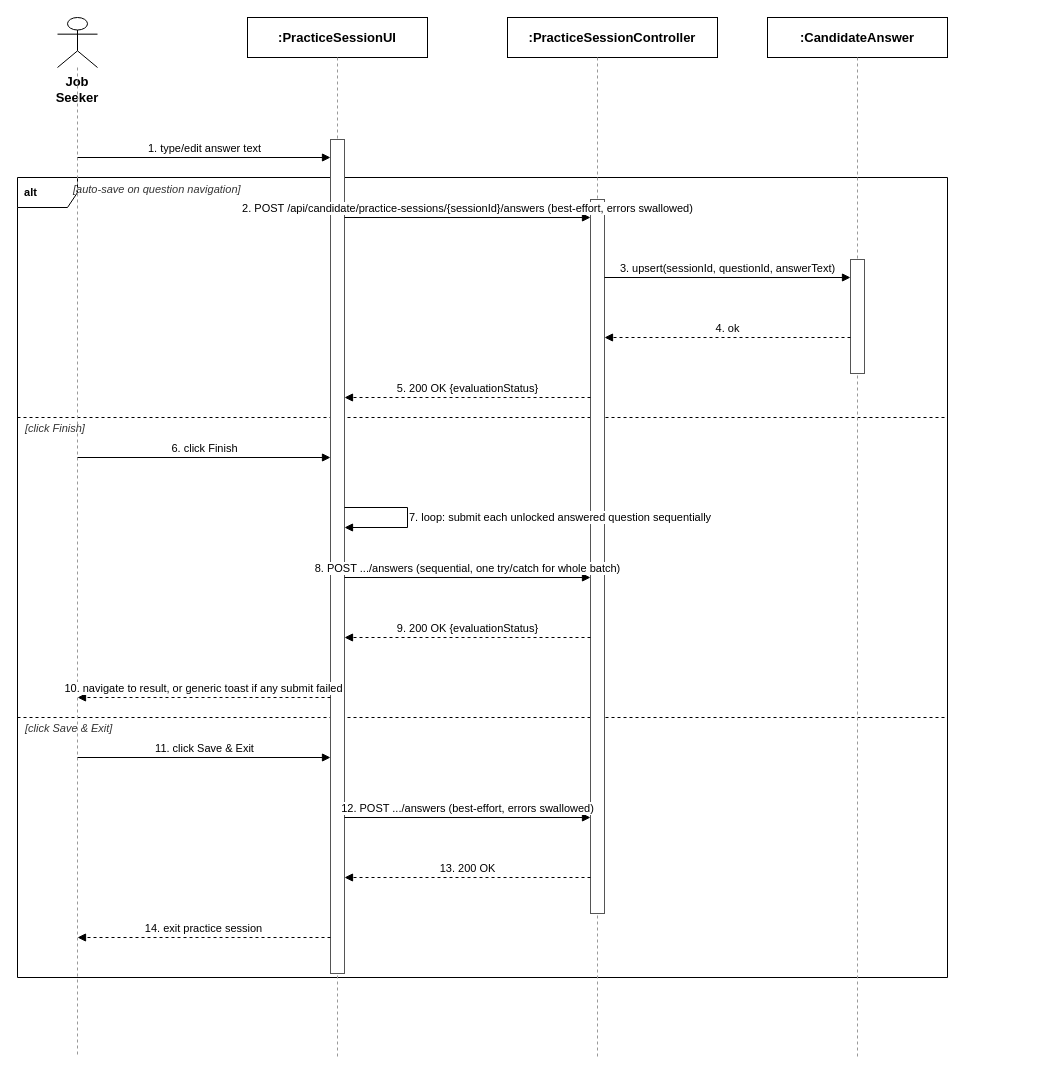
Earlier version of the draw.io diagram docs/qa/sequence-diagrams/Report4_SequenceDiagram_JobSeeker_AuditLogAndErrorHandling.drawio (tulklk/AI_Interview_Question_Generation_RAG_LLM_FE). Source tidied: cells renumbered, new cells numbered last; positions are measured from the earlier drawing's top-left corner, leaving out a move shared by most shapes. Both pictures are drawn from the tidied source at 100%, with x=0, y=0 at pixel (17, 17).
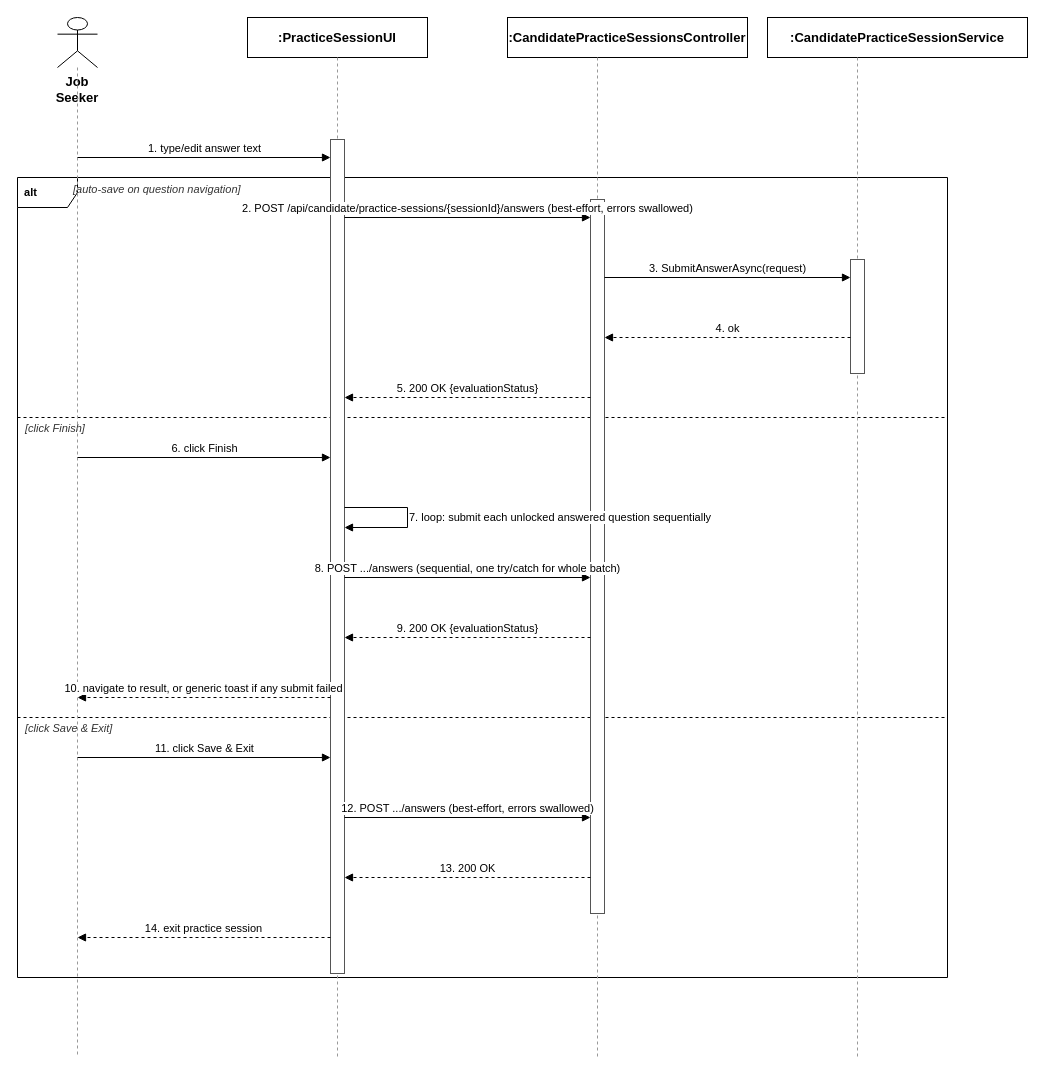
The same diagram, later.

Commit message (it also covers changes not shown here):
docs(qa): correct legacy 9 sequence diagrams against real BE, flag 2 fictional notification flows

The edit, as a diff of the source:
```diff
@@
-    <mxCell id="12" value=":PracticeSessionController" style="rounded=0;whiteSpace=wrap;html=1;fontSize=13;fillColor=#ffffff;strokeColor=#000000;fontStyle=1;" parent="1" vertex="1">
-      <mxGeometry x="490" width="210" height="40" as="geometry" />
+    <mxCell id="12" value=":CandidatePracticeSessionsController" style="rounded=0;whiteSpace=wrap;html=1;fontSize=13;fillColor=#ffffff;strokeColor=#000000;fontStyle=1;" parent="1" vertex="1">
+      <mxGeometry x="490" width="240" height="40" as="geometry" />
     </mxCell>
@@
-    <mxCell id="14" value=":CandidateAnswer" style="rounded=0;whiteSpace=wrap;html=1;fontSize=13;fillColor=#ffffff;strokeColor=#000000;fontStyle=1;" parent="1" vertex="1">
-      <mxGeometry x="750" width="180" height="40" as="geometry" />
+    <mxCell id="14" value=":CandidatePracticeSessionService" style="rounded=0;whiteSpace=wrap;html=1;fontSize=13;fillColor=#ffffff;strokeColor=#000000;fontStyle=1;" parent="1" vertex="1">
+      <mxGeometry x="750" width="260" height="40" as="geometry" />
     </mxCell>
@@
-    <mxCell id="21" value="3. upsert(sessionId, questionId, answerText)" style="endArrow=block;endFill=1;html=1;fontSize=11;align=center;verticalAlign=bottom;labelBackgroundColor=#ffffff;strokeColor=#000000;" parent="1" edge="1">
+    <mxCell id="21" value="3. SubmitAnswerAsync(request)" style="endArrow=block;endFill=1;html=1;fontSize=11;align=center;verticalAlign=bottom;labelBackgroundColor=#ffffff;strokeColor=#000000;" parent="1" edge="1">
       <mxGeometry relative="1" as="geometry">
         <mxPoint x="587" y="260" as="sourcePoint" />
         <mxPoint x="833" y="260" as="targetPoint" />
       </mxGeometry>
     </mxCell>
```
